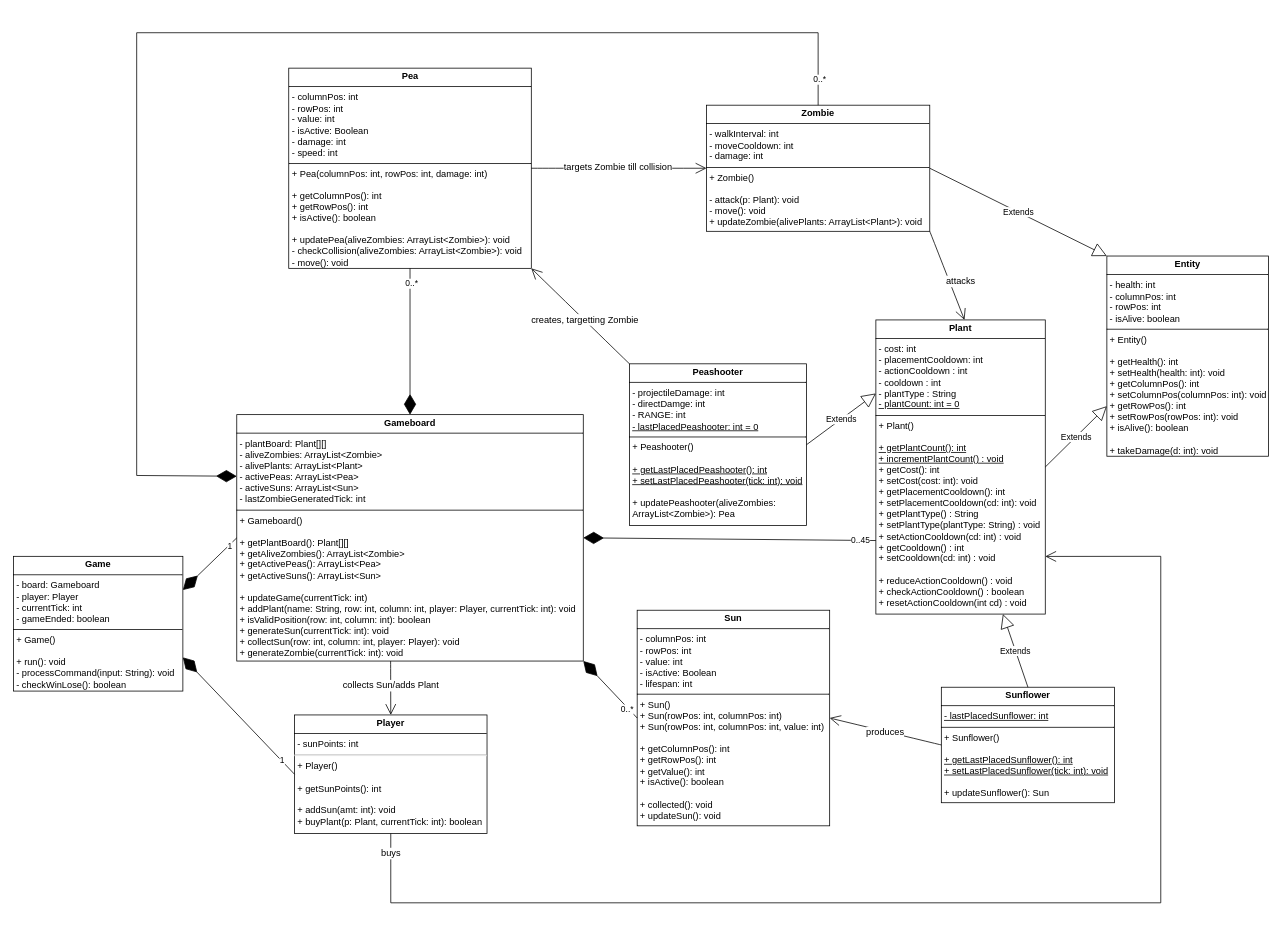
Above: pvz-uml.drawio in gabespineli/plants-vs-zombies (draw.io), before the change. Source tidied: cells renumbered, new cells numbered last; positions are measured from the earlier drawing's top-left corner, leaving out a move shared by most shapes. Both pictures are drawn from the tidied source at 77%, with x=0, y=0 at pixel (13, 32).
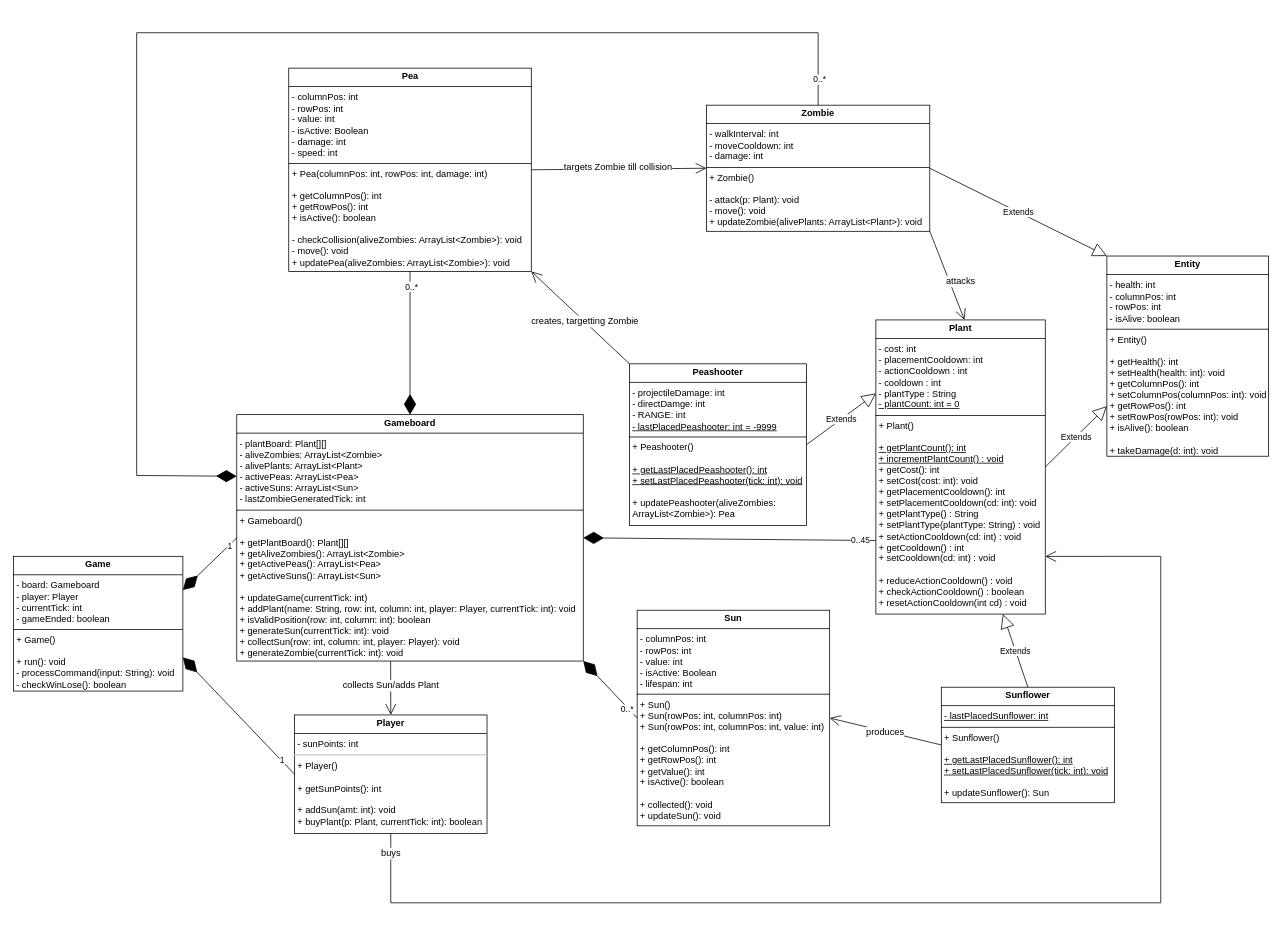
Above is the later version.

The edit, as a diff of the source:
```diff
@@
-    <mxCell id="6" value="&lt;p style=&quot;margin:0px;margin-top:4px;text-align:center;&quot;&gt;&lt;b&gt;Peashooter&lt;/b&gt;&lt;/p&gt;&lt;hr size=&quot;1&quot; style=&quot;border-style:solid;&quot;&gt;&lt;p style=&quot;margin:0px;margin-left:4px;&quot;&gt;&lt;span style=&quot;background-color: transparent; color: light-dark(rgb(0, 0, 0), rgb(255, 255, 255));&quot;&gt;- projectileDamage: int&lt;/span&gt;&lt;/p&gt;&lt;p style=&quot;margin:0px;margin-left:4px;&quot;&gt;- directDamge: int&lt;/p&gt;&lt;p style=&quot;margin:0px;margin-left:4px;&quot;&gt;- RANGE: int&lt;/p&gt;&lt;p style=&quot;margin:0px;margin-left:4px;&quot;&gt;&lt;u&gt;- lastPlacedPeashooter: int = 0&lt;/u&gt;&lt;/p&gt;&lt;hr size=&quot;1&quot; style=&quot;border-style:solid;&quot;&gt;&lt;p style=&quot;margin:0px;margin-left:4px;&quot;&gt;+ Peashooter()&lt;/p&gt;&lt;p style=&quot;margin:0px;margin-left:4px;&quot;&gt;&lt;br&gt;&lt;/p&gt;&lt;p style=&quot;margin: 0px 0px 0px 4px;&quot;&gt;&lt;span style=&quot;background-color: transparent; color: light-dark(rgb(0, 0, 0), rgb(255, 255, 255));&quot;&gt;&lt;u&gt;+ getLastPlacedPeashooter(): int&lt;/u&gt;&lt;/span&gt;&lt;/p&gt;&lt;p style=&quot;margin: 0px 0px 0px 4px;&quot;&gt;&lt;u&gt;+ setLastPlacedPeashooter(tick: int): void&lt;/u&gt;&lt;span style=&quot;background-color: transparent; color: light-dark(rgb(0, 0, 0), rgb(255, 255, 255));&quot;&gt;&lt;br&gt;&lt;/span&gt;&lt;/p&gt;&lt;p style=&quot;margin: 0px 0px 0px 4px;&quot;&gt;&lt;span style=&quot;background-color: transparent; color: light-dark(rgb(0, 0, 0), rgb(255, 255, 255));&quot;&gt;&lt;br&gt;&lt;/span&gt;&lt;/p&gt;&lt;p style=&quot;margin: 0px 0px 0px 4px;&quot;&gt;+ updatePeashooter(aliveZombies: ArrayList&amp;lt;Zombie&amp;gt;): Pea&lt;/p&gt;" style="verticalAlign=top;align=left;overflow=fill;html=1;whiteSpace=wrap;" parent="1" vertex="1">
+    <mxCell id="6" value="&lt;p style=&quot;margin:0px;margin-top:4px;text-align:center;&quot;&gt;&lt;b&gt;Peashooter&lt;/b&gt;&lt;/p&gt;&lt;hr size=&quot;1&quot; style=&quot;border-style:solid;&quot;&gt;&lt;p style=&quot;margin:0px;margin-left:4px;&quot;&gt;&lt;span style=&quot;background-color: transparent; color: light-dark(rgb(0, 0, 0), rgb(255, 255, 255));&quot;&gt;- projectileDamage: int&lt;/span&gt;&lt;/p&gt;&lt;p style=&quot;margin:0px;margin-left:4px;&quot;&gt;- directDamge: int&lt;/p&gt;&lt;p style=&quot;margin:0px;margin-left:4px;&quot;&gt;- RANGE: int&lt;/p&gt;&lt;p style=&quot;margin:0px;margin-left:4px;&quot;&gt;&lt;u&gt;- lastPlacedPeashooter: int = -9999&lt;/u&gt;&lt;/p&gt;&lt;hr size=&quot;1&quot; style=&quot;border-style:solid;&quot;&gt;&lt;p style=&quot;margin:0px;margin-left:4px;&quot;&gt;+ Peashooter()&lt;/p&gt;&lt;p style=&quot;margin:0px;margin-left:4px;&quot;&gt;&lt;br&gt;&lt;/p&gt;&lt;p style=&quot;margin: 0px 0px 0px 4px;&quot;&gt;&lt;span style=&quot;background-color: transparent; color: light-dark(rgb(0, 0, 0), rgb(255, 255, 255));&quot;&gt;&lt;u&gt;+ getLastPlacedPeashooter(): int&lt;/u&gt;&lt;/span&gt;&lt;/p&gt;&lt;p style=&quot;margin: 0px 0px 0px 4px;&quot;&gt;&lt;u&gt;+ setLastPlacedPeashooter(tick: int): void&lt;/u&gt;&lt;span style=&quot;background-color: transparent; color: light-dark(rgb(0, 0, 0), rgb(255, 255, 255));&quot;&gt;&lt;br&gt;&lt;/span&gt;&lt;/p&gt;&lt;p style=&quot;margin: 0px 0px 0px 4px;&quot;&gt;&lt;span style=&quot;background-color: transparent; color: light-dark(rgb(0, 0, 0), rgb(255, 255, 255));&quot;&gt;&lt;br&gt;&lt;/span&gt;&lt;/p&gt;&lt;p style=&quot;margin: 0px 0px 0px 4px;&quot;&gt;+ updatePeashooter(aliveZombies: ArrayList&amp;lt;Zombie&amp;gt;): Pea&lt;/p&gt;" style="verticalAlign=top;align=left;overflow=fill;html=1;whiteSpace=wrap;" parent="1" vertex="1">
       <mxGeometry x="800" y="430" width="230" height="210" as="geometry" />
     </mxCell>
@@
-    <mxCell id="10" value="&lt;p style=&quot;margin:0px;margin-top:4px;text-align:center;&quot;&gt;&lt;b&gt;Pea&lt;/b&gt;&lt;/p&gt;&lt;hr size=&quot;1&quot; style=&quot;border-style:solid;&quot;&gt;&lt;p style=&quot;margin:0px;margin-left:4px;&quot;&gt;- columnPos: int&lt;/p&gt;&lt;p style=&quot;margin:0px;margin-left:4px;&quot;&gt;- rowPos: int&lt;/p&gt;&lt;p style=&quot;margin:0px;margin-left:4px;&quot;&gt;- value: int&lt;/p&gt;&lt;p style=&quot;margin:0px;margin-left:4px;&quot;&gt;- isActive: Boolean&lt;/p&gt;&lt;p style=&quot;margin:0px;margin-left:4px;&quot;&gt;- damage: int&lt;/p&gt;&lt;p style=&quot;margin:0px;margin-left:4px;&quot;&gt;- speed: int&lt;/p&gt;&lt;hr size=&quot;1&quot; style=&quot;border-style:solid;&quot;&gt;&lt;p style=&quot;margin:0px;margin-left:4px;&quot;&gt;+ Pea(columnPos: int, rowPos: int, damage: int)&lt;/p&gt;&lt;p style=&quot;margin:0px;margin-left:4px;&quot;&gt;&lt;br&gt;&lt;/p&gt;&lt;p style=&quot;margin:0px;margin-left:4px;&quot;&gt;+ getColumnPos(): int&lt;/p&gt;&lt;p style=&quot;margin:0px;margin-left:4px;&quot;&gt;+ getRowPos(): int&lt;/p&gt;&lt;p style=&quot;margin:0px;margin-left:4px;&quot;&gt;+ isActive(): boolean&lt;/p&gt;&lt;p style=&quot;margin:0px;margin-left:4px;&quot;&gt;&lt;br&gt;&lt;/p&gt;&lt;p style=&quot;margin:0px;margin-left:4px;&quot;&gt;+ updatePea(aliveZombies: ArrayList&amp;lt;Zombie&amp;gt;): void&lt;/p&gt;&lt;p style=&quot;margin:0px;margin-left:4px;&quot;&gt;- checkCollision(&lt;span style=&quot;background-color: transparent; color: light-dark(rgb(0, 0, 0), rgb(255, 255, 255));&quot;&gt;aliveZombies: ArrayList&amp;lt;Zombie&amp;gt;&lt;/span&gt;&lt;span style=&quot;background-color: transparent; color: light-dark(rgb(0, 0, 0), rgb(255, 255, 255));&quot;&gt;): void&lt;/span&gt;&lt;/p&gt;&lt;p style=&quot;margin:0px;margin-left:4px;&quot;&gt;- move(): void&lt;span style=&quot;background-color: transparent; color: light-dark(rgb(0, 0, 0), rgb(255, 255, 255));&quot;&gt;&lt;/span&gt;&lt;/p&gt;" style="verticalAlign=top;align=left;overflow=fill;html=1;whiteSpace=wrap;" parent="1" vertex="1">
-      <mxGeometry x="357.5" y="46" width="315" height="260" as="geometry" />
+    <mxCell id="10" value="&lt;p style=&quot;margin:0px;margin-top:4px;text-align:center;&quot;&gt;&lt;b&gt;Pea&lt;/b&gt;&lt;/p&gt;&lt;hr size=&quot;1&quot; style=&quot;border-style:solid;&quot;&gt;&lt;p style=&quot;margin:0px;margin-left:4px;&quot;&gt;- columnPos: int&lt;/p&gt;&lt;p style=&quot;margin:0px;margin-left:4px;&quot;&gt;- rowPos: int&lt;/p&gt;&lt;p style=&quot;margin:0px;margin-left:4px;&quot;&gt;- value: int&lt;/p&gt;&lt;p style=&quot;margin:0px;margin-left:4px;&quot;&gt;- isActive: Boolean&lt;/p&gt;&lt;p style=&quot;margin:0px;margin-left:4px;&quot;&gt;- damage: int&lt;/p&gt;&lt;p style=&quot;margin:0px;margin-left:4px;&quot;&gt;- speed: int&lt;/p&gt;&lt;hr size=&quot;1&quot; style=&quot;border-style:solid;&quot;&gt;&lt;p style=&quot;margin:0px;margin-left:4px;&quot;&gt;+ Pea(columnPos: int, rowPos: int, damage: int)&lt;/p&gt;&lt;p style=&quot;margin:0px;margin-left:4px;&quot;&gt;&lt;br&gt;&lt;/p&gt;&lt;p style=&quot;margin:0px;margin-left:4px;&quot;&gt;+ getColumnPos(): int&lt;/p&gt;&lt;p style=&quot;margin:0px;margin-left:4px;&quot;&gt;+ getRowPos(): int&lt;/p&gt;&lt;p style=&quot;margin:0px;margin-left:4px;&quot;&gt;+ isActive(): boolean&lt;/p&gt;&lt;p style=&quot;margin:0px;margin-left:4px;&quot;&gt;&lt;br&gt;&lt;/p&gt;&lt;p style=&quot;margin: 0px 0px 0px 4px;&quot;&gt;- checkCollision(&lt;span style=&quot;background-color: transparent; color: light-dark(rgb(0, 0, 0), rgb(255, 255, 255));&quot;&gt;aliveZombies: ArrayList&amp;lt;Zombie&amp;gt;&lt;/span&gt;&lt;span style=&quot;background-color: transparent; color: light-dark(rgb(0, 0, 0), rgb(255, 255, 255));&quot;&gt;): void&lt;/span&gt;&lt;/p&gt;&lt;p style=&quot;margin: 0px 0px 0px 4px;&quot;&gt;- move(): void&lt;/p&gt;&lt;p style=&quot;margin:0px;margin-left:4px;&quot;&gt;+ updatePea(aliveZombies: ArrayList&amp;lt;Zombie&amp;gt;): void&lt;/p&gt;" style="verticalAlign=top;align=left;overflow=fill;html=1;whiteSpace=wrap;" parent="1" vertex="1">
+      <mxGeometry x="357.5" y="46" width="315" height="264" as="geometry" />
     </mxCell>
```
